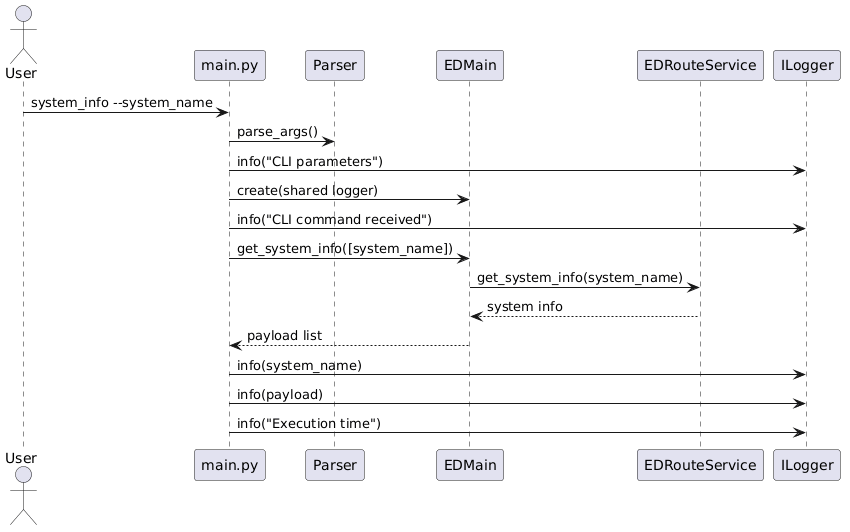
Earlier version of the PlantUML export docs/diagrams/cli/cli_system_info_flow.png (fazleskhan/elite_dangerous_discord_tools). Its diagram source:
```plantuml
@startuml
actor User
participant "main.py" as Main
participant Parser
participant EDMain
participant EDRouteService as RouteService
participant ILogger as Logger

User -> Main: system_info --system_name
Main -> Parser: parse_args()
Main -> Logger: info("CLI parameters")
Main -> EDMain: create(shared logger)
Main -> Logger: info("CLI command received")
Main -> EDMain: get_system_info([system_name])
EDMain -> RouteService: get_system_info(system_name)
RouteService --> EDMain: system info
EDMain --> Main: payload list
Main -> Logger: info(system_name)
Main -> Logger: info(payload)
Main -> Logger: info("Execution time")
@enduml
```
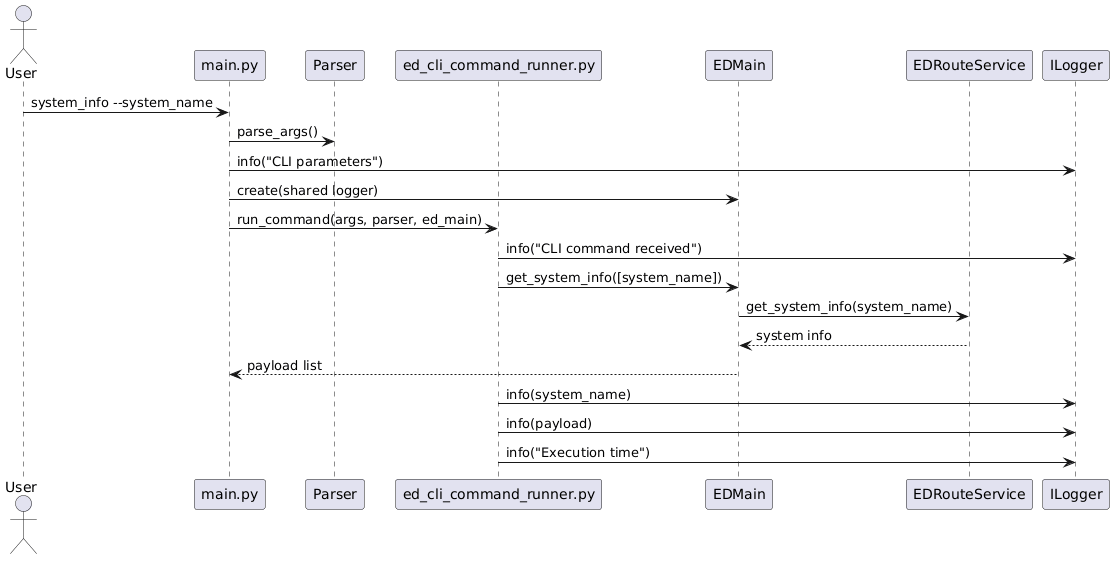
Above is the later version.

Diff of the diagram source:
```diff
@@ -2,6 +2,7 @@
 actor User
 participant "main.py" as Main
 participant Parser
+participant "ed_cli_command_runner.py" as CommandRunner
 participant EDMain
 participant EDRouteService as RouteService
 participant ILogger as Logger
@@ -10,12 +11,13 @@
 Main -> Parser: parse_args()
 Main -> Logger: info("CLI parameters")
 Main -> EDMain: create(shared logger)
-Main -> Logger: info("CLI command received")
-Main -> EDMain: get_system_info([system_name])
+Main -> CommandRunner: run_command(args, parser, ed_main)
+CommandRunner -> Logger: info("CLI command received")
+CommandRunner -> EDMain: get_system_info([system_name])
 EDMain -> RouteService: get_system_info(system_name)
 RouteService --> EDMain: system info
 EDMain --> Main: payload list
-Main -> Logger: info(system_name)
-Main -> Logger: info(payload)
-Main -> Logger: info("Execution time")
+CommandRunner -> Logger: info(system_name)
+CommandRunner -> Logger: info(payload)
+CommandRunner -> Logger: info("Execution time")
 @enduml
```
